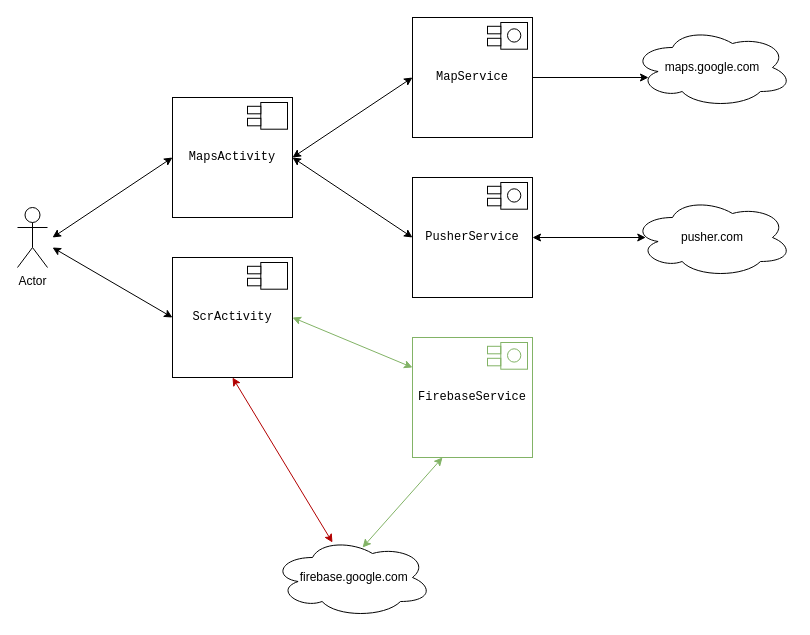
The draw.io diagram page "DeviceComponent" (3 of 3) of Architecture.drawio in PhoenixVRN/Mafia, before the edit. Source tidied: cells renumbered, new cells numbered last; positions are measured from the earlier drawing's top-left corner, leaving out a move shared by most shapes. Both pictures are drawn from the tidied source at 100%, with x=0, y=0 at pixel (17, 17).
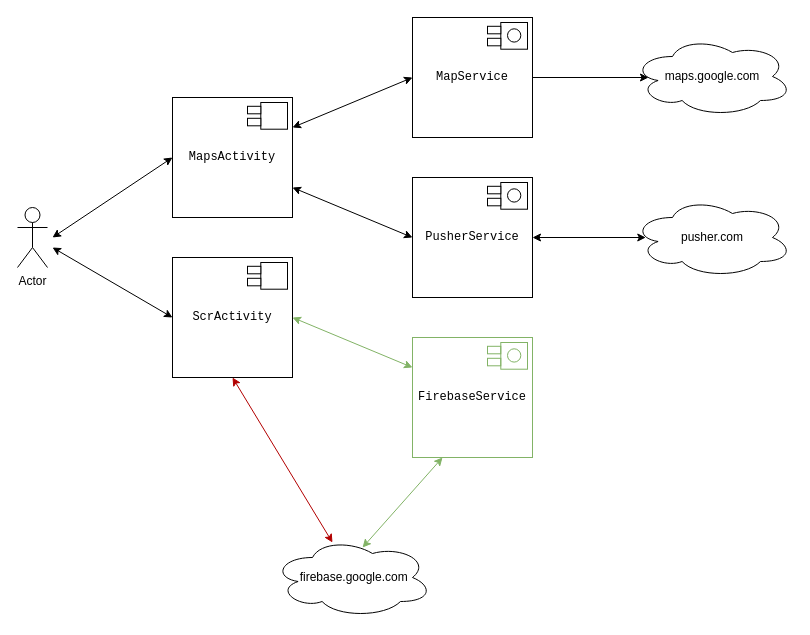
The same page after the edit.

The change refers to these unchanged cells:
```xml
<mxCell id="3" value="&lt;pre style=&quot;background-color: #ffffff ; color: #080808 ; font-family: &amp;#34;consolas&amp;#34; , monospace ; font-size: 9 8pt&quot;&gt;&lt;span style=&quot;color: #000000&quot;&gt;MapsActivity&lt;/span&gt;&lt;/pre&gt;" style="rounded=0;whiteSpace=wrap;html=1;" parent="1" vertex="1">
  <mxGeometry x="155" y="80" width="120" height="120" as="geometry" />
</mxCell>
<mxCell id="15" value="&lt;pre style=&quot;background-color: #ffffff ; color: #080808 ; font-family: &amp;#34;consolas&amp;#34; , monospace ; font-size: 9 8pt&quot;&gt;&lt;pre style=&quot;font-family: &amp;#34;consolas&amp;#34; , monospace&quot;&gt;&lt;span style=&quot;color: #000000&quot;&gt;MapService&lt;/span&gt;&lt;/pre&gt;&lt;/pre&gt;" style="rounded=0;whiteSpace=wrap;html=1;" parent="1" vertex="1">
  <mxGeometry x="395" width="120" height="120" as="geometry" />
</mxCell>
<mxCell id="21" value="&lt;pre style=&quot;background-color: #ffffff ; color: #080808 ; font-family: &amp;#34;consolas&amp;#34; , monospace ; font-size: 9 8pt&quot;&gt;&lt;pre style=&quot;font-family: &amp;#34;consolas&amp;#34; , monospace&quot;&gt;&lt;pre style=&quot;font-family: &amp;#34;consolas&amp;#34; , monospace&quot;&gt;&lt;span style=&quot;color: #000000&quot;&gt;PusherService&lt;/span&gt;&lt;/pre&gt;&lt;/pre&gt;&lt;/pre&gt;" style="rounded=0;whiteSpace=wrap;html=1;" parent="1" vertex="1">
  <mxGeometry x="395" y="160" width="120" height="120" as="geometry" />
</mxCell>
```

Diff of the diagram source:
```diff
@@
-    <mxCell id="27" style="endArrow=classic;startArrow=classic;html=1;entryX=0;entryY=0.5;entryDx=0;entryDy=0;exitX=1;exitY=0.5;exitDx=0;exitDy=0;" parent="1" edge="1" source="3" target="15">
+    <mxCell id="27" style="endArrow=classic;startArrow=classic;html=1;entryX=0;entryY=0.5;entryDx=0;entryDy=0;exitX=1;exitY=0.25;exitDx=0;exitDy=0;" parent="1" edge="1" source="3" target="15">
       <mxGeometry relative="1" as="geometry" />
     </mxCell>
-    <mxCell id="28" style="endArrow=classic;startArrow=classic;html=1;entryX=0;entryY=0.5;entryDx=0;entryDy=0;exitX=1;exitY=0.5;exitDx=0;exitDy=0;" parent="1" edge="1" source="3" target="21">
+    <mxCell id="28" style="endArrow=classic;startArrow=classic;html=1;entryX=0;entryY=0.5;entryDx=0;entryDy=0;exitX=1;exitY=0.75;exitDx=0;exitDy=0;" parent="1" edge="1" source="3" target="21">
       <mxGeometry relative="1" as="geometry" />
     </mxCell>
@@
     <mxCell id="31" value="maps.google.com" style="ellipse;shape=cloud;whiteSpace=wrap;html=1;" parent="1" vertex="1">
-      <mxGeometry x="615" y="10" width="160" height="80" as="geometry" />
+      <mxGeometry x="615" y="19" width="160" height="80" as="geometry" />
     </mxCell>
```
